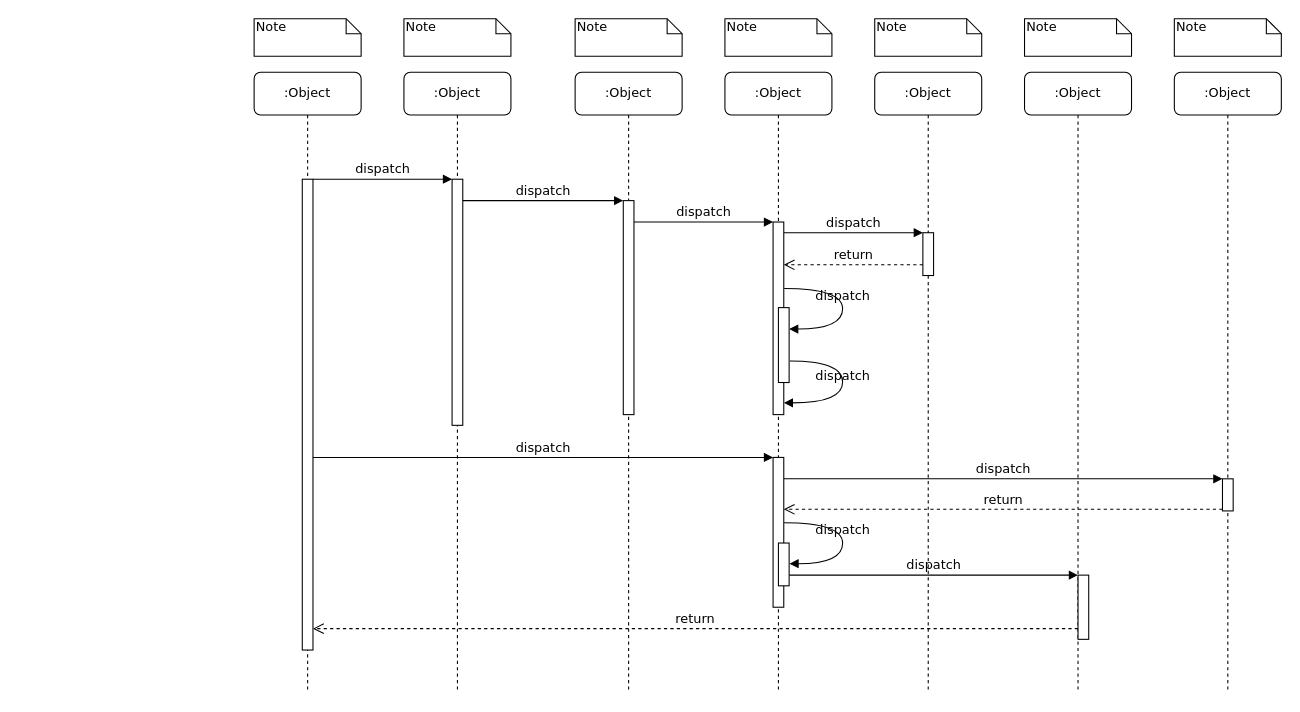
Earlier version of the draw.io diagram 未命名绘图.drawio (BlackMiddleCee/Draw). Source tidied: cells renumbered, new cells numbered last; positions are measured from the earlier drawing's top-left corner, leaving out a move shared by most shapes. Both pictures are drawn from the tidied source at 107%, with x=0, y=0 at pixel (254, 18).
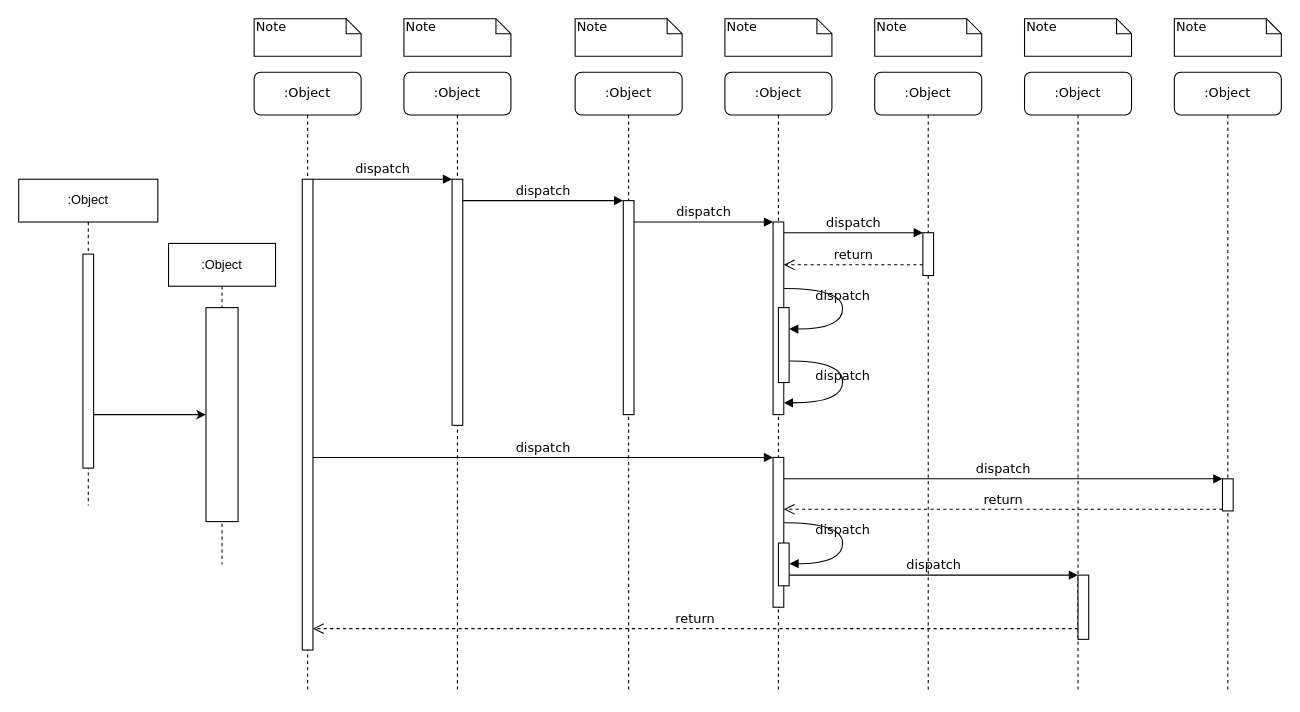
Above is the later version.

The edit, as a diff of the source:
```diff
@@
+    <mxCell id="39" value=":Object" style="shape=umlLifeline;perimeter=lifelinePerimeter;whiteSpace=wrap;html=1;newEdgeStyle={&quot;curved&quot;:0,&quot;rounded&quot;:0};" parent="1" vertex="1">
+      <mxGeometry x="-220" y="150" width="130" height="305" as="geometry" />
+    </mxCell>
+    <mxCell id="40" value=":Object" style="shape=umlLifeline;perimeter=lifelinePerimeter;whiteSpace=wrap;html=1;newEdgeStyle={&quot;curved&quot;:0,&quot;rounded&quot;:0};" parent="1" vertex="1">
+      <mxGeometry x="-80" y="210" width="100" height="300" as="geometry" />
+    </mxCell>
+    <mxCell id="41" style="whiteSpace=wrap;html=1;" parent="40" vertex="1">
+      <mxGeometry x="35" y="60" width="30" height="200" as="geometry" />
+    </mxCell>
+    <mxCell id="42" style="edgeStyle=orthogonalEdgeStyle;rounded=0;jettySize=auto;html=1;" parent="1" edge="1" source="43" target="41">
+      <mxGeometry relative="1" as="geometry">
+        <Array as="points">
+          <mxPoint x="-120" y="370" />
+          <mxPoint x="-120" y="370" />
+        </Array>
+      </mxGeometry>
+    </mxCell>
+    <mxCell id="43" style="whiteSpace=wrap;html=1;" parent="1" vertex="1">
+      <mxGeometry x="-160" y="220" width="10" height="200" as="geometry" />
+    </mxCell>
```
